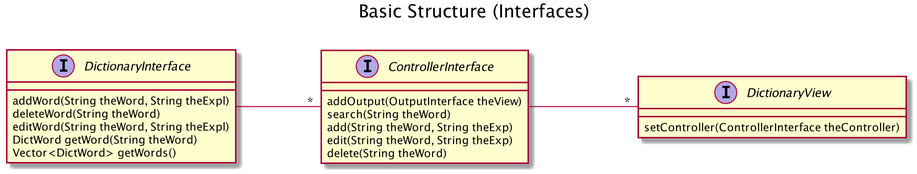
bth-dipt-teaching/PA1458-OO-Design keeps this PlantUML diagram as Lectures/FDictionaryClass1.png. Above is the earlier version.
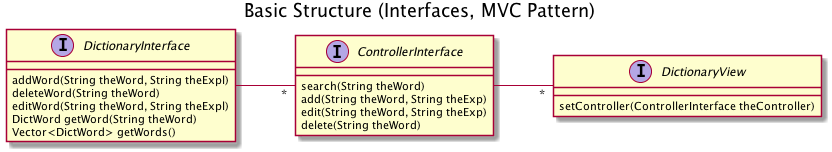
Later version of the same file.

Change to the diagram source:
```diff
@@ -1,7 +1,6 @@
 @startuml
-scale 2
 left to right direction
-title Basic Structure (Interfaces)
+title Basic Structure (Interfaces, MVC Pattern)
 interface DictionaryInterface
 DictionaryInterface : addWord(String theWord, String theExpl)
 DictionaryInterface : deleteWord(String theWord)
@@ -13,7 +12,6 @@
 DictionaryView : setController(ControllerInterface theController)
 
 interface ControllerInterface
-ControllerInterface : addOutput(OutputInterface theView)
 ControllerInterface : search(String theWord)
 ControllerInterface : add(String theWord, String theExp)
 ControllerInterface : edit(String theWord, String theExp)
```
